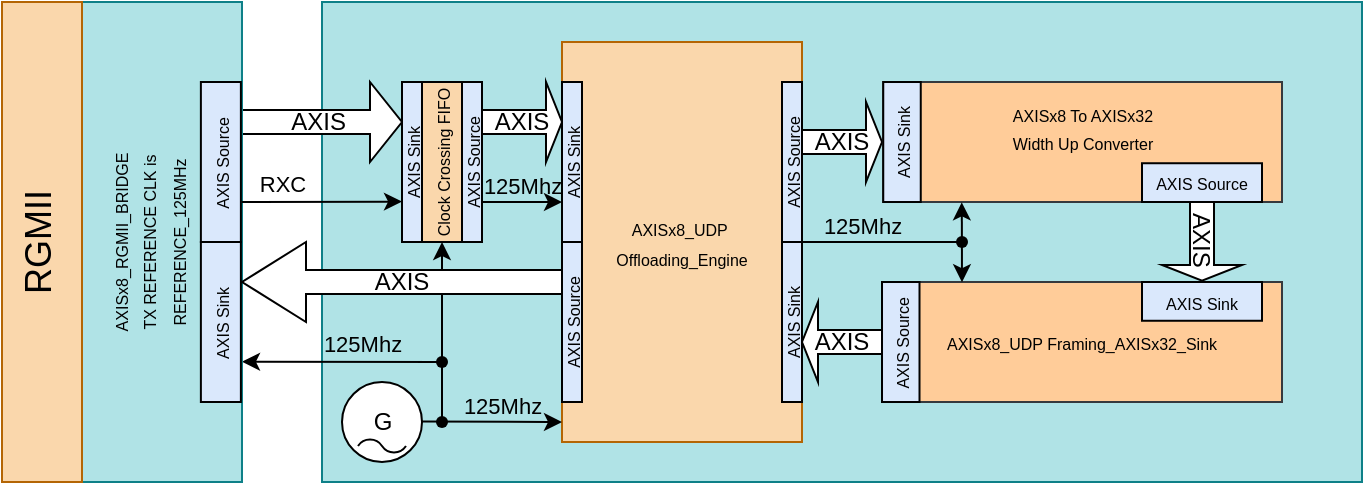
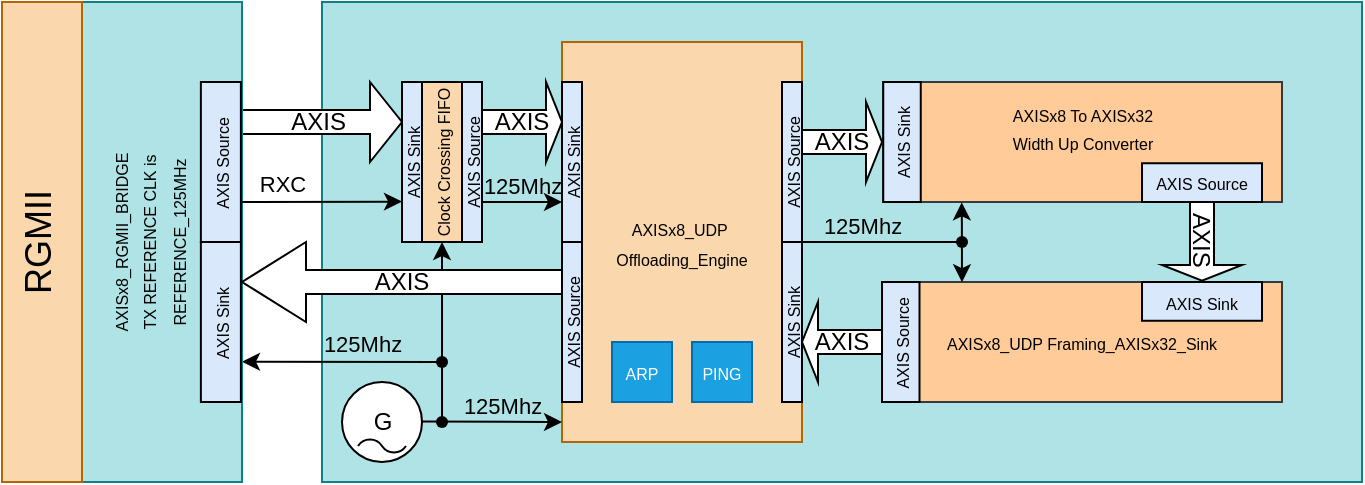
<mxfile host="Electron" agent="Mozilla/5.0 (Windows NT 10.0; Win64; x64) AppleWebKit/537.36 (KHTML, like Gecko) Chrome/147.0.0.0 Safari/537.36 OPR/131.0.0.0">
  <diagram name="Page-1" id="g0-s9DwC3oRhXUgsUFM5">
-     <mxGraphModel dx="685" dy="400" grid="1" gridSize="10" guides="1" tooltips="1" connect="1" arrows="1" fold="1" page="1" pageScale="1" pageWidth="827" pageHeight="1169" math="0" shadow="0">
+     <mxGraphModel dx="978" dy="572" grid="1" gridSize="10" guides="1" tooltips="1" connect="1" arrows="1" fold="1" page="1" pageScale="1" pageWidth="827" pageHeight="1169" math="0" shadow="0">
      <root>
        <mxCell id="0" />
        <mxCell id="1" parent="0" />
        <mxCell id="wT9U8shtDK8veMdne7O4-1" parent="1" style="rounded=0;whiteSpace=wrap;html=1;fillColor=#b0e3e6;strokeColor=#0e8088;" value="" vertex="1">
          <mxGeometry height="240" width="520" x="240" y="880" as="geometry" />
        </mxCell>
        <mxCell id="l-Vy5mzzBIYiazb95XEs-39" parent="1" style="shape=singleArrow;whiteSpace=wrap;html=1;" value="AXIS&amp;nbsp;" vertex="1">
          <mxGeometry height="40" width="80" x="200" y="920" as="geometry" />
        </mxCell>
        <mxCell id="l-Vy5mzzBIYiazb95XEs-41" edge="1" parent="1" style="endArrow=classic;html=1;rounded=0;labelPosition=center;verticalLabelPosition=middle;align=center;verticalAlign=middle;" value="">
          <mxGeometry height="50" relative="1" width="50" as="geometry">
            <mxPoint x="300" y="1060" as="sourcePoint" />
            <mxPoint x="200" y="1059.85" as="targetPoint" />
          </mxGeometry>
        </mxCell>
        <mxCell id="l-Vy5mzzBIYiazb95XEs-42" parent="1" style="rounded=0;whiteSpace=wrap;html=1;fillColor=#b0e3e6;strokeColor=#0e8088;rotation=-90;" value="&lt;span style=&quot;font-size: 8px;&quot;&gt;AXISx8_RGMII_BRIDGE&lt;/span&gt;&lt;div&gt;&lt;span style=&quot;font-size: 8px;&quot;&gt;TX REFERENCE CLK is&lt;/span&gt;&lt;/div&gt;&lt;div&gt;&lt;span style=&quot;background-color: transparent; font-size: 8px;&quot;&gt;REFERENCE_125MHz&lt;/span&gt;&lt;/div&gt;&lt;div&gt;&lt;span style=&quot;background-color: transparent; font-size: 8px;&quot;&gt;&lt;br&gt;&lt;/span&gt;&lt;/div&gt;" vertex="1">
          <mxGeometry height="80" width="240" x="40" y="960" as="geometry" />
        </mxCell>
        <mxCell id="l-Vy5mzzBIYiazb95XEs-43" parent="1" style="rounded=0;whiteSpace=wrap;html=1;fillColor=#fad7ac;strokeColor=#b46504;" value="&lt;span style=&quot;font-size: 8px;&quot;&gt;AXISx8_UDP&amp;nbsp;&lt;/span&gt;&lt;div&gt;&lt;span style=&quot;font-size: 8px;&quot;&gt;Offloading_Engine&lt;/span&gt;&lt;/div&gt;" vertex="1">
          <mxGeometry height="200" width="120" x="360" y="900" as="geometry" />
        </mxCell>
        <mxCell id="l-Vy5mzzBIYiazb95XEs-44" parent="1" style="rounded=0;whiteSpace=wrap;html=1;fillColor=#ffcc99;strokeColor=#36393d;" value="&lt;span style=&quot;font-size: 8px;&quot;&gt;AXISx8_UDP Framing_AXISx32_Sink&lt;/span&gt;" vertex="1">
          <mxGeometry height="60" width="200" x="520" y="1020" as="geometry" />
        </mxCell>
        <mxCell id="l-Vy5mzzBIYiazb95XEs-45" parent="1" style="shape=singleArrow;whiteSpace=wrap;html=1;" value="AXIS" vertex="1">
          <mxGeometry height="40" width="40" x="480" y="930" as="geometry" />
        </mxCell>
        <mxCell id="l-Vy5mzzBIYiazb95XEs-46" parent="1" style="shape=singleArrow;direction=west;whiteSpace=wrap;html=1;" value="AXIS" vertex="1">
          <mxGeometry height="40" width="40" x="480" y="1030" as="geometry" />
        </mxCell>
        <mxCell id="l-Vy5mzzBIYiazb95XEs-51" parent="1" style="rounded=0;whiteSpace=wrap;html=1;textDirection=vertical-rl;rotation=-180;fillColor=#fad7ac;strokeColor=#b46504;fontSize=18;" value="RGMII" vertex="1">
          <mxGeometry height="240" width="40" x="80" y="880" as="geometry" />
        </mxCell>
        <mxCell id="l-Vy5mzzBIYiazb95XEs-52" edge="1" parent="1" style="endArrow=classic;html=1;rounded=0;exitX=1;exitY=0.4;exitDx=0;exitDy=0;exitPerimeter=0;labelPosition=center;verticalLabelPosition=top;align=center;verticalAlign=bottom;" value="">
          <mxGeometry height="50" relative="1" width="50" as="geometry">
            <Array as="points" />
            <mxPoint x="200" y="979.97" as="sourcePoint" />
            <mxPoint x="280" y="979.8" as="targetPoint" />
          </mxGeometry>
        </mxCell>
        <mxCell id="l-Vy5mzzBIYiazb95XEs-53" connectable="0" parent="l-Vy5mzzBIYiazb95XEs-52" style="edgeLabel;html=1;align=center;verticalAlign=bottom;resizable=0;points=[];labelBackgroundColor=none;labelBorderColor=none;labelPosition=center;verticalLabelPosition=top;" value="RXC" vertex="1">
          <mxGeometry relative="1" x="-0.695" y="-1" as="geometry">
            <mxPoint x="8" y="-1" as="offset" />
          </mxGeometry>
        </mxCell>
        <mxCell id="l-Vy5mzzBIYiazb95XEs-54" parent="1" style="rounded=0;whiteSpace=wrap;html=1;fillColor=#fad7ac;strokeColor=#000000;rotation=-90;" value="&lt;span style=&quot;font-size: 8px;&quot;&gt;Clock Crossing &lt;/span&gt;&lt;span style=&quot;color: light-dark(rgb(0, 0, 0), rgb(255, 255, 255)); background-color: transparent; font-size: 8px;&quot;&gt;FIFO&lt;/span&gt;" vertex="1">
          <mxGeometry height="20" width="80" x="260" y="950" as="geometry" />
        </mxCell>
        <mxCell id="l-Vy5mzzBIYiazb95XEs-55" parent="1" style="rounded=0;whiteSpace=wrap;html=1;fillColor=#dae8fc;strokeColor=#000000;rotation=-90;" value="&lt;span style=&quot;font-size: 8px;&quot;&gt;AXIS Sink&lt;/span&gt;" vertex="1">
          <mxGeometry height="10" width="80" x="245" y="955" as="geometry" />
        </mxCell>
        <mxCell id="l-Vy5mzzBIYiazb95XEs-56" parent="1" style="rounded=0;whiteSpace=wrap;html=1;fillColor=#dae8fc;strokeColor=#000000;rotation=-90;" value="&lt;span style=&quot;font-size: 8px;&quot;&gt;AXIS Source&lt;/span&gt;" vertex="1">
          <mxGeometry height="10" width="80" x="275" y="955" as="geometry" />
        </mxCell>
        <mxCell id="l-Vy5mzzBIYiazb95XEs-57" parent="1" style="shape=singleArrow;whiteSpace=wrap;html=1;" value="AXIS" vertex="1">
          <mxGeometry height="40" width="40" x="320" y="920" as="geometry" />
        </mxCell>
        <mxCell id="l-Vy5mzzBIYiazb95XEs-58" edge="1" parent="1" style="endArrow=classic;html=1;rounded=0;exitX=1;exitY=0.4;exitDx=0;exitDy=0;exitPerimeter=0;labelPosition=center;verticalLabelPosition=top;align=center;verticalAlign=bottom;" value="">
          <mxGeometry height="50" relative="1" width="50" as="geometry">
            <Array as="points" />
            <mxPoint x="320" y="979.97" as="sourcePoint" />
            <mxPoint x="360" y="980" as="targetPoint" />
          </mxGeometry>
        </mxCell>
        <mxCell id="l-Vy5mzzBIYiazb95XEs-59" connectable="0" parent="1" style="edgeLabel;html=1;align=center;verticalAlign=bottom;resizable=0;points=[];labelBackgroundColor=none;labelBorderColor=none;labelPosition=center;verticalLabelPosition=top;fillColor=none;" value="&lt;span&gt;125Mhz&lt;/span&gt;" vertex="1">
          <mxGeometry x="340" y="980" as="geometry" />
        </mxCell>
        <mxCell id="l-Vy5mzzBIYiazb95XEs-60" connectable="0" parent="1" style="edgeLabel;html=1;align=center;verticalAlign=bottom;resizable=0;points=[];labelBackgroundColor=none;labelBorderColor=none;labelPosition=center;verticalLabelPosition=top;fillColor=none;" value="&lt;span&gt;125Mhz&lt;/span&gt;" vertex="1">
          <mxGeometry x="260" y="1059.85" as="geometry" />
        </mxCell>
        <mxCell id="l-Vy5mzzBIYiazb95XEs-61" parent="1" style="dashed=0;outlineConnect=0;align=center;html=1;shape=mxgraph.pid.engines.generator_(ac);fontSize=12;" value="G" vertex="1">
          <mxGeometry height="40" width="40" x="250" y="1070" as="geometry" />
        </mxCell>
        <mxCell id="l-Vy5mzzBIYiazb95XEs-62" parent="1" style="rounded=0;whiteSpace=wrap;html=1;fillColor=#dae8fc;strokeColor=#000000;rotation=-90;" value="&lt;span style=&quot;font-size: 8px;&quot;&gt;AXIS Sink&lt;/span&gt;" vertex="1">
          <mxGeometry height="20" width="80" x="149.44" y="1030" as="geometry" />
        </mxCell>
        <mxCell id="l-Vy5mzzBIYiazb95XEs-63" parent="1" style="rounded=0;whiteSpace=wrap;html=1;fillColor=#dae8fc;strokeColor=#000000;rotation=-90;" value="&lt;span style=&quot;font-size: 8px;&quot;&gt;AXIS Source&lt;/span&gt;" vertex="1">
          <mxGeometry height="20" width="80" x="149.44" y="950" as="geometry" />
        </mxCell>
        <mxCell id="l-Vy5mzzBIYiazb95XEs-64" parent="1" style="rounded=0;whiteSpace=wrap;html=1;fillColor=#dae8fc;strokeColor=#000000;rotation=-90;" value="&lt;span style=&quot;font-size: 8px;&quot;&gt;AXIS Sink&lt;/span&gt;" vertex="1">
          <mxGeometry height="10" width="80" x="325" y="955" as="geometry" />
        </mxCell>
        <mxCell id="l-Vy5mzzBIYiazb95XEs-65" parent="1" style="rounded=0;whiteSpace=wrap;html=1;fillColor=#dae8fc;strokeColor=#000000;rotation=-90;" value="&lt;span style=&quot;font-size: 8px;&quot;&gt;AXIS Source&lt;/span&gt;" vertex="1">
          <mxGeometry height="10" width="80" x="325" y="1035" as="geometry" />
        </mxCell>
        <mxCell id="l-Vy5mzzBIYiazb95XEs-66" parent="1" style="rounded=0;whiteSpace=wrap;html=1;fillColor=#dae8fc;strokeColor=#000000;rotation=-90;" value="&lt;span style=&quot;font-size: 8px;&quot;&gt;AXIS Source&lt;/span&gt;" vertex="1">
          <mxGeometry height="10" width="80" x="435" y="955" as="geometry" />
        </mxCell>
        <mxCell id="l-Vy5mzzBIYiazb95XEs-67" parent="1" style="rounded=0;whiteSpace=wrap;html=1;fillColor=#dae8fc;strokeColor=#000000;rotation=-90;" value="&lt;span style=&quot;font-size: 8px;&quot;&gt;AXIS Sink&lt;/span&gt;" vertex="1">
          <mxGeometry height="10" width="80" x="435" y="1035" as="geometry" />
        </mxCell>
        <mxCell id="l-Vy5mzzBIYiazb95XEs-68" connectable="0" parent="1" style="edgeLabel;html=1;align=center;verticalAlign=bottom;resizable=0;points=[];labelBackgroundColor=none;labelBorderColor=none;labelPosition=center;verticalLabelPosition=top;fillColor=none;" value="&lt;span&gt;125Mhz&lt;/span&gt;" vertex="1">
          <mxGeometry x="510" y="1000" as="geometry" />
        </mxCell>
        <mxCell id="l-Vy5mzzBIYiazb95XEs-69" edge="1" parent="1" style="endArrow=classic;html=1;rounded=0;exitX=1;exitY=0.4;exitDx=0;exitDy=0;exitPerimeter=0;" value="">
          <mxGeometry height="50" relative="1" width="50" as="geometry">
            <Array as="points" />
            <mxPoint x="290" y="1089.8" as="sourcePoint" />
            <mxPoint x="360" y="1090" as="targetPoint" />
          </mxGeometry>
        </mxCell>
        <mxCell id="l-Vy5mzzBIYiazb95XEs-70" connectable="0" parent="1" style="edgeLabel;html=1;align=center;verticalAlign=bottom;resizable=0;points=[];labelBackgroundColor=none;labelBorderColor=none;labelPosition=center;verticalLabelPosition=top;fillColor=none;" value="&lt;span&gt;125Mhz&lt;/span&gt;" vertex="1">
          <mxGeometry x="330" y="1090" as="geometry" />
        </mxCell>
        <mxCell id="l-Vy5mzzBIYiazb95XEs-71" edge="1" parent="1" source="l-Vy5mzzBIYiazb95XEs-76" style="endArrow=none;html=1;rounded=0;" value="">
          <mxGeometry height="50" relative="1" width="50" as="geometry">
            <mxPoint x="300" y="1090" as="sourcePoint" />
            <mxPoint x="300" y="1060" as="targetPoint" />
          </mxGeometry>
        </mxCell>
        <mxCell id="l-Vy5mzzBIYiazb95XEs-72" edge="1" parent="1" style="endArrow=none;html=1;rounded=0;" target="l-Vy5mzzBIYiazb95XEs-73" value="">
          <mxGeometry height="50" relative="1" width="50" as="geometry">
            <mxPoint x="300" y="1090" as="sourcePoint" />
            <mxPoint x="300" y="1060" as="targetPoint" />
          </mxGeometry>
        </mxCell>
        <mxCell id="l-Vy5mzzBIYiazb95XEs-73" parent="1" style="shape=waypoint;sketch=0;fillStyle=solid;size=6;pointerEvents=1;points=[];fillColor=none;resizable=0;rotatable=0;perimeter=centerPerimeter;snapToPoint=1;" value="" vertex="1">
          <mxGeometry height="20" width="20" x="290" y="1080" as="geometry" />
        </mxCell>
        <mxCell id="l-Vy5mzzBIYiazb95XEs-74" edge="1" parent="1" style="endArrow=classic;html=1;rounded=0;entryX=0;entryY=0.5;entryDx=0;entryDy=0;" target="l-Vy5mzzBIYiazb95XEs-54" value="">
          <mxGeometry height="50" relative="1" width="50" as="geometry">
            <Array as="points" />
            <mxPoint x="300" y="1060" as="sourcePoint" />
            <mxPoint x="380" y="1060.05" as="targetPoint" />
          </mxGeometry>
        </mxCell>
        <mxCell id="l-Vy5mzzBIYiazb95XEs-75" edge="1" parent="1" source="l-Vy5mzzBIYiazb95XEs-73" style="endArrow=none;html=1;rounded=0;" target="l-Vy5mzzBIYiazb95XEs-76" value="">
          <mxGeometry height="50" relative="1" width="50" as="geometry">
            <mxPoint x="300" y="1090" as="sourcePoint" />
            <mxPoint x="300" y="1060" as="targetPoint" />
          </mxGeometry>
        </mxCell>
        <mxCell id="l-Vy5mzzBIYiazb95XEs-76" parent="1" style="shape=waypoint;sketch=0;fillStyle=solid;size=6;pointerEvents=1;points=[];fillColor=none;resizable=0;rotatable=0;perimeter=centerPerimeter;snapToPoint=1;" value="" vertex="1">
          <mxGeometry height="20" width="20" x="290" y="1050" as="geometry" />
        </mxCell>
        <mxCell id="l-Vy5mzzBIYiazb95XEs-77" parent="1" style="shape=singleArrow;direction=west;whiteSpace=wrap;html=1;" value="AXIS" vertex="1">
          <mxGeometry height="40" width="160" x="200" y="1000" as="geometry" />
        </mxCell>
        <mxCell id="l-Vy5mzzBIYiazb95XEs-78" parent="1" style="rounded=0;whiteSpace=wrap;html=1;fillColor=#dae8fc;strokeColor=#000000;rotation=-90;" value="&lt;span style=&quot;font-size: 8px;&quot;&gt;AXIS Source&lt;/span&gt;" vertex="1">
          <mxGeometry height="18.75" width="60" x="499.38" y="1040.63" as="geometry" />
        </mxCell>
        <mxCell id="wT9U8shtDK8veMdne7O4-3" parent="1" style="rounded=0;whiteSpace=wrap;html=1;fillColor=#ffcc99;strokeColor=#36393d;" value="&lt;span style=&quot;font-size: 8px;&quot;&gt;AXISx8 To AXISx32&lt;/span&gt;&lt;div&gt;&lt;span style=&quot;font-size: 8px;&quot;&gt;&amp;nbsp;Width Up Converter&amp;nbsp;&lt;/span&gt;&lt;/div&gt;&lt;div&gt;&lt;span style=&quot;font-size: 8px;&quot;&gt;&lt;br&gt;&lt;/span&gt;&lt;/div&gt;" vertex="1">
          <mxGeometry height="60" width="199.38" x="520.62" y="920" as="geometry" />
        </mxCell>
        <mxCell id="wT9U8shtDK8veMdne7O4-4" parent="1" style="rounded=0;whiteSpace=wrap;html=1;fillColor=#dae8fc;strokeColor=#000000;rotation=-90;" value="&lt;span style=&quot;font-size: 8px;&quot;&gt;AXIS Sink&lt;/span&gt;" vertex="1">
          <mxGeometry height="18.75" width="60" x="500" y="940.6300000000001" as="geometry" />
        </mxCell>
        <mxCell id="wT9U8shtDK8veMdne7O4-5" parent="1" style="rounded=0;whiteSpace=wrap;html=1;fillColor=#dae8fc;strokeColor=#000000;rotation=0;" value="&lt;span style=&quot;font-size: 8px;&quot;&gt;AXIS Source&lt;/span&gt;" vertex="1">
          <mxGeometry height="19.38" width="60" x="650" y="960.6199999999999" as="geometry" />
        </mxCell>
        <mxCell id="wT9U8shtDK8veMdne7O4-9" parent="1" style="rounded=0;whiteSpace=wrap;html=1;fillColor=#dae8fc;strokeColor=#000000;rotation=0;" value="&lt;span style=&quot;font-size: 8px;&quot;&gt;AXIS Sink&lt;/span&gt;" vertex="1">
          <mxGeometry height="19.38" width="60" x="650" y="1020" as="geometry" />
        </mxCell>
        <mxCell id="wT9U8shtDK8veMdne7O4-14" edge="1" parent="1" style="endArrow=none;html=1;rounded=0;" value="">
          <mxGeometry height="50" relative="1" width="50" as="geometry">
            <mxPoint x="480" y="1000" as="sourcePoint" />
            <mxPoint x="560" y="1000" as="targetPoint" />
          </mxGeometry>
        </mxCell>
        <mxCell id="wT9U8shtDK8veMdne7O4-15" parent="1" style="shape=singleArrow;whiteSpace=wrap;html=1;rotation=90;" value="AXIS" vertex="1">
          <mxGeometry height="40" width="39.37" x="660.32" y="979.68" as="geometry" />
        </mxCell>
        <mxCell id="wT9U8shtDK8veMdne7O4-16" edge="1" parent="1" source="wT9U8shtDK8veMdne7O4-3" style="endArrow=classic;html=1;rounded=0;exitX=0.197;exitY=1.003;exitDx=0;exitDy=0;exitPerimeter=0;entryX=0.2;entryY=0.002;entryDx=0;entryDy=0;entryPerimeter=0;endFill=1;startArrow=classic;startFill=1;" target="l-Vy5mzzBIYiazb95XEs-44" value="">
          <mxGeometry height="50" relative="1" width="50" as="geometry">
            <mxPoint x="560" y="989.68" as="sourcePoint" />
            <mxPoint x="560" y="1009.68" as="targetPoint" />
          </mxGeometry>
        </mxCell>
        <mxCell id="wT9U8shtDK8veMdne7O4-20" parent="1" style="shape=waypoint;sketch=0;fillStyle=solid;size=6;pointerEvents=1;points=[];fillColor=none;resizable=0;rotatable=0;perimeter=centerPerimeter;snapToPoint=1;" value="" vertex="1">
          <mxGeometry height="20" width="20" x="550" y="990" as="geometry" />
        </mxCell>
+         <mxCell id="v1DrpxyldP5X3QPbAQ5r-1" parent="1" style="rounded=0;whiteSpace=wrap;html=1;fillColor=#1ba1e2;strokeColor=#006EAF;rotation=0;fontColor=#ffffff;" value="&lt;span style=&quot;font-size: 8px;&quot;&gt;PING&lt;/span&gt;" vertex="1">
+           <mxGeometry height="30" width="30" x="425" y="1050" as="geometry" />
+         </mxCell>
+         <mxCell id="v1DrpxyldP5X3QPbAQ5r-2" parent="1" style="rounded=0;whiteSpace=wrap;html=1;fillColor=#1ba1e2;strokeColor=#006EAF;rotation=0;fontColor=#ffffff;" value="&lt;span style=&quot;font-size: 8px;&quot;&gt;ARP&lt;/span&gt;" vertex="1">
+           <mxGeometry height="30" width="30" x="385" y="1050" as="geometry" />
+         </mxCell>
      </root>
    </mxGraphModel>
  </diagram>
</mxfile>
